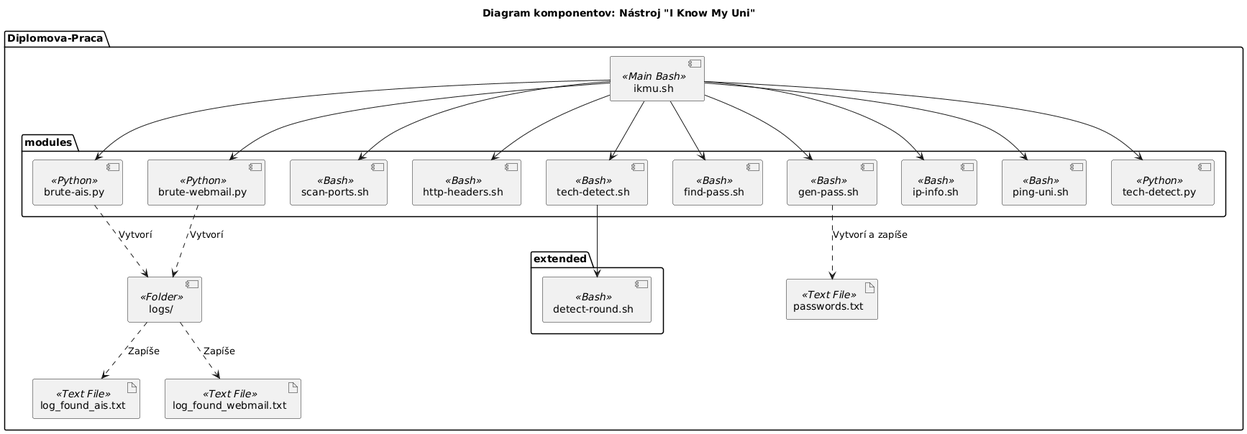
Before: diagrams/component_diagram.png, a diagram exported from PlantUML (majohlavacka/Diplomova-praca).
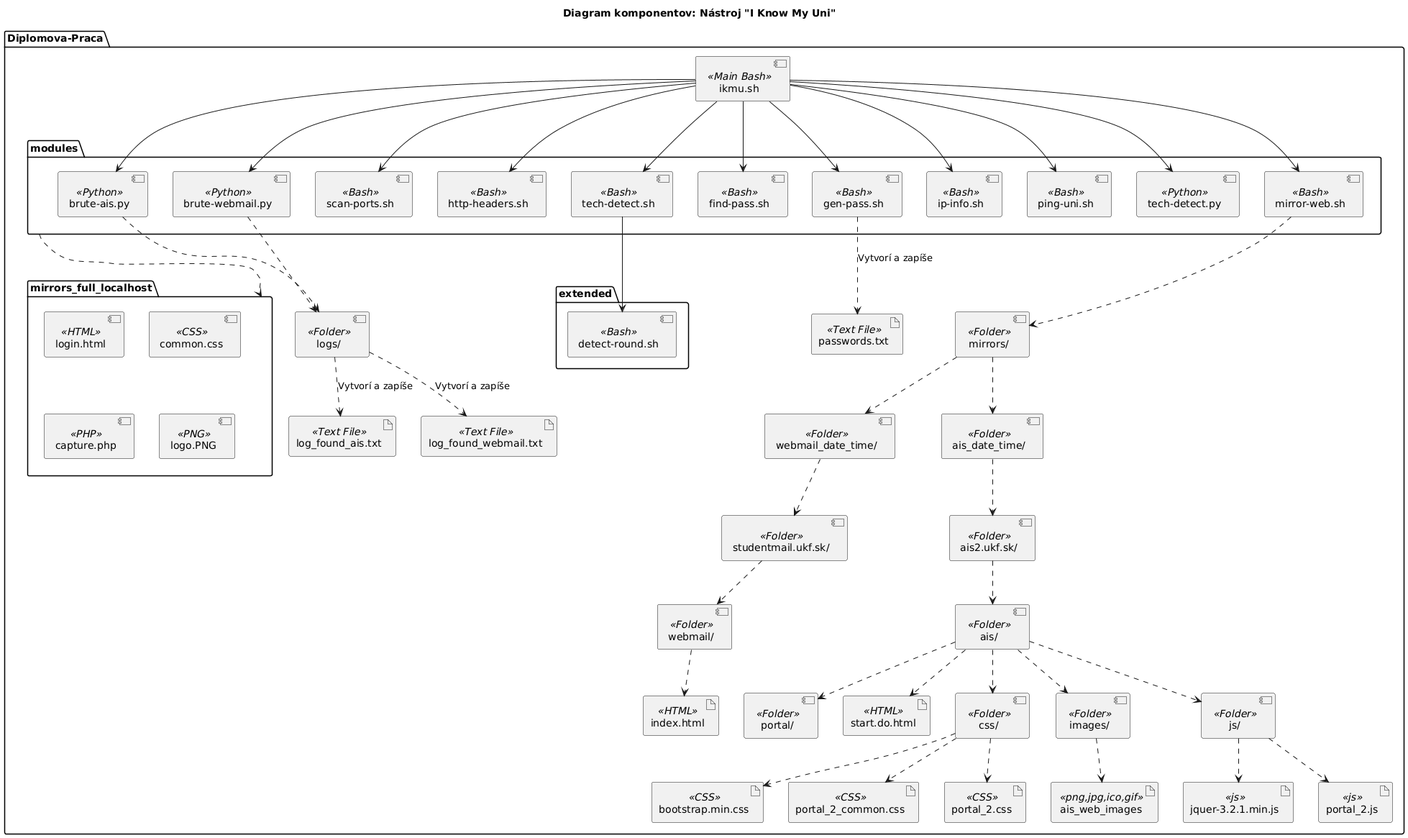
After the commit.

Diff of the diagram source:
```diff
@@ -15,16 +15,43 @@
     component "ip-info.sh" as ip_info <<Bash>>
     component "ping-uni.sh" as ping_uni <<Bash>>
     component "tech-detect.py" as tech_detect_python <<Python>>
+    component "mirror-web.sh" as mirror_web <<Bash>>
   }
 
   package extended {
     component "detect-round.sh" as detect_round <<Bash>>
   }
 
+  package mirrors_full_localhost {
+    component "login.html" as login_webmail_html <<HTML>>
+    component "common.css" as common_css_webmail <<CSS>>
+    component "capture.php" as capture_webmail <<PHP>>
+    component "logo.PNG" as logo_webmail <<PNG>>
+  }
+
   component "logs/" as logs <<Folder>>
   artifact "log_found_ais.txt" as log_found_ais <<Text File>>
   artifact "log_found_webmail.txt" as log_found_webmail <<Text File>>
   artifact "passwords.txt" as passwords <<Text File>>
+  component "mirrors/" as mirrors <<Folder>>
+  component "webmail_date_time/" as webmail_mirrors <<Folder>>
+  component "ais_date_time/" as ais_mirrors <<Folder>>
+  component "studentmail.ukf.sk/" as student_mail_ukf_sk <<Folder>>
+  component "ais2.ukf.sk/" as ais2_ukf_sk <<Folder>>
+  component "webmail/" as webmail <<Folder>>
+  artifact "index.html" as webmail_index <<HTML>>
+  component "ais/" as ais <<Folder>>
+  component "portal/" as portal <<Folder>>
+  artifact "start.do.html" as start_do_html <<HTML>>
+  component "css/" as ais_css <<Folder>>
+  component "images/" as ais_images <<Folder>>
+  component "js/" as ais_js <<Folder>>
+  artifact "bootstrap.min.css" as ais_bootstrap <<CSS>>
+  artifact "portal_2_common.css" as ais_portal_common <<CSS>>
+  artifact "portal_2.css" as ais_portal_2 <<CSS>>
+  artifact "ais_web_images" as ais_all_images <<png,jpg,ico,gif>>
+  artifact "jquer-3.2.1.min.js" as ais_jquery <<js>>
+  artifact "portal_2.js" as ais_portal_js <<js>>
 }
 
 ikmu --> brute_ais
@@ -38,10 +65,32 @@
 ikmu --> ping_uni
 ikmu --> tech_detect_python
 tech_detect --> detect_round
+ikmu --> mirror_web
 
-brute_ais ..> logs : Vytvorí
-brute_webmail ..> logs : Vytvorí
-logs ..> log_found_ais : Zapíše
-logs ..> log_found_webmail : Zapíše
+brute_ais ..> logs
+brute_webmail ..> logs
+logs ..> log_found_ais : Vytvorí a zapíše
+logs ..> log_found_webmail : Vytvorí a zapíše
 gen_pass ..> passwords : Vytvorí a zapíše
+mirror_web ..> mirrors
+mirrors ..> webmail_mirrors
+mirrors ..> ais_mirrors
+webmail_mirrors ..> student_mail_ukf_sk
+ais_mirrors ..> ais2_ukf_sk
+student_mail_ukf_sk ..> webmail
+webmail ..> webmail_index
+ais2_ukf_sk ..> ais
+ais ..> portal
+ais ..> start_do_html
+ais ..> ais_css
+ais ..> ais_images
+ais ..> ais_js
+ais_css ..> ais_bootstrap
+ais_css ..> ais_portal_common
+ais_css ..> ais_portal_2
+ais_images ..> ais_all_images
+ais_js ..> ais_jquery
+ais_js ..> ais_portal_js
+
+modules ..> mirrors_full_localhost
 @enduml
```
